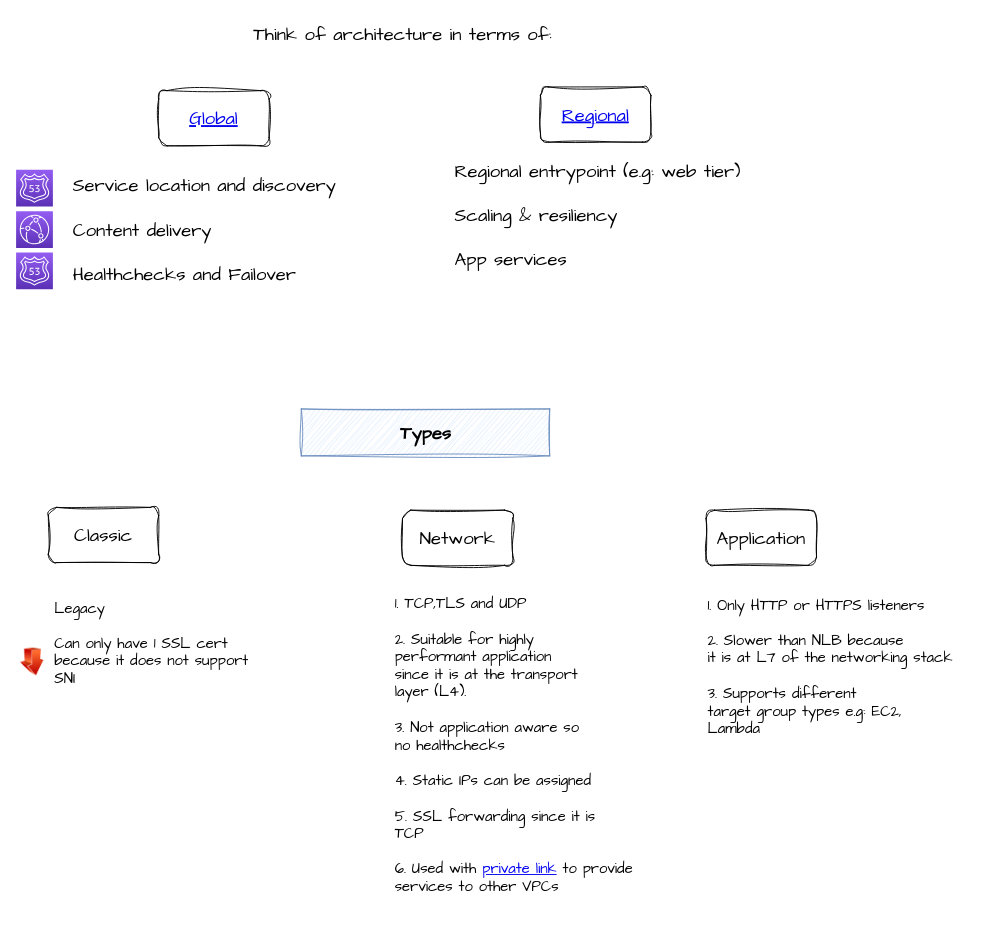
This is page "Concepts" (1 of 4) of docs/ASG/ha-scaling.drawio from iamsecb/aws-illustrated, a draw.io file, before an edit. Source tidied: cells renumbered, new cells numbered last; positions are measured from the earlier drawing's top-left corner, leaving out a move shared by most shapes. Both pictures are drawn from the tidied source at 92%, with x=0, y=0 at pixel (16, 16).
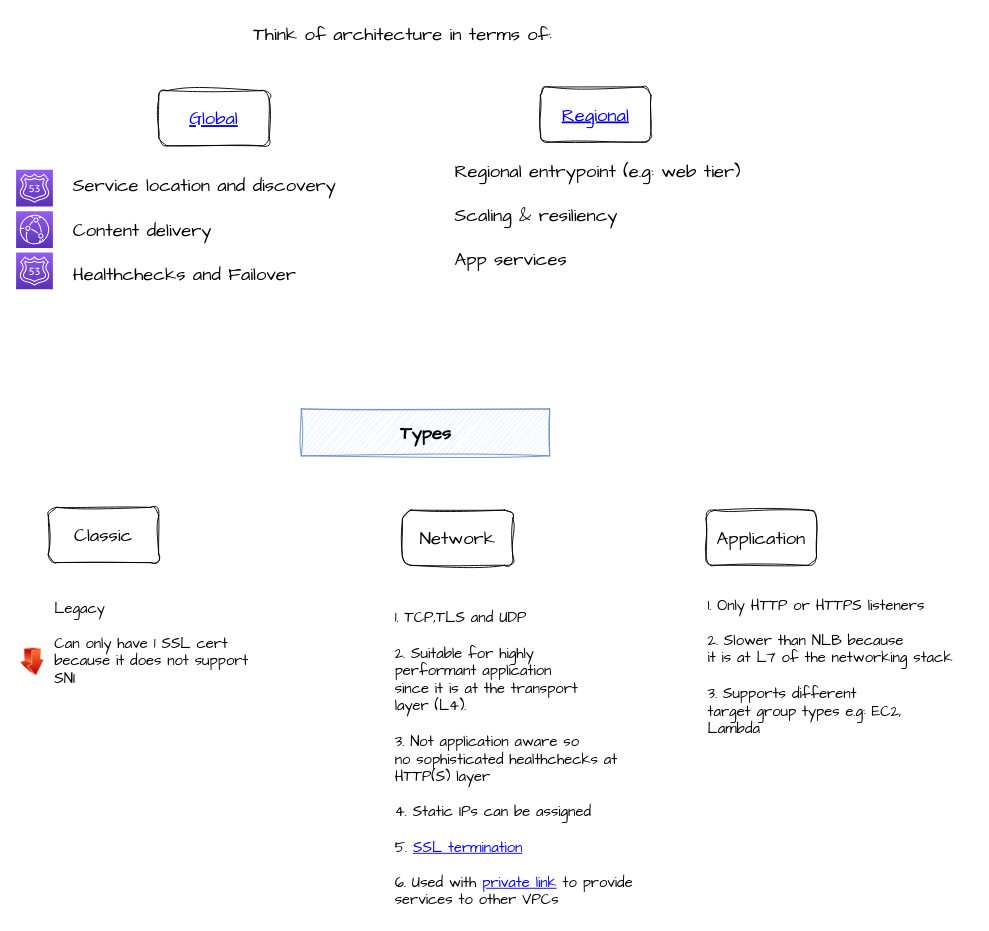
After the change.

Diff of the diagram source:
```diff
@@
 <mxGraphModel>
   <root>
     <mxCell id="0" />
     <mxCell id="1" parent="0" />
     <mxCell id="2" value="&lt;a href=&quot;https://github.com/acantril/aws-sa-associate-saac03/blob/main/1500-HA_and_SCALING/00_LEARNINGAIDS/RegionalandGlobalArchitecture-1.png&quot;&gt;Global&lt;/a&gt;" style="rounded=1;whiteSpace=wrap;html=1;sketch=1;hachureGap=4;jiggle=2;curveFitting=1;fontFamily=Architects Daughter;fontSize=20;" parent="1" vertex="1">
       <mxGeometry x="155" y="81" width="120" height="60" as="geometry" />
     </mxCell>
     <mxCell id="3" value="&lt;a href=&quot;https://github.com/acantril/aws-sa-associate-saac03/blob/main/1500-HA_and_SCALING/00_LEARNINGAIDS/RegionalandGlobalArchitecture-2.png&quot;&gt;Regional&lt;/a&gt;" style="rounded=1;whiteSpace=wrap;html=1;sketch=1;hachureGap=4;jiggle=2;curveFitting=1;fontFamily=Architects Daughter;fontSize=20;" parent="1" vertex="1">
       <mxGeometry x="570" y="77" width="120" height="60" as="geometry" />
     </mxCell>
     <mxCell id="4" value="Think of architecture in terms of:" style="text;html=1;align=center;verticalAlign=middle;strokeColor=none;fillColor=none;fontSize=20;fontFamily=Architects Daughter;" parent="1" vertex="1">
       <mxGeometry x="245" width="350" height="40" as="geometry" />
     </mxCell>
     <mxCell id="5" value="Service location and discovery&lt;br&gt;&lt;br&gt;Content delivery&lt;br&gt;&lt;br&gt;Healthchecks and Failover" style="text;html=1;align=left;verticalAlign=middle;strokeColor=none;fillColor=none;fontSize=20;fontFamily=Architects Daughter;" parent="1" vertex="1">
       <mxGeometry x="60" y="167" width="310" height="130" as="geometry" />
     </mxCell>
     <mxCell id="6" value="Regional entrypoint (e.g: web tier)&lt;br&gt;&lt;br&gt;Scaling &amp;amp; resiliency&lt;br&gt;&lt;br&gt;App services" style="text;html=1;align=left;verticalAlign=middle;strokeColor=none;fillColor=none;fontSize=20;fontFamily=Architects Daughter;" parent="1" vertex="1">
       <mxGeometry x="475" y="151" width="330" height="130" as="geometry" />
     </mxCell>
     <mxCell id="7" style="sketch=0;fontColor=#232F3E;gradientColor=#945DF2;gradientDirection=north;fillColor=#5A30B5;strokeColor=#ffffff;dashed=0;verticalLabelPosition=bottom;verticalAlign=top;align=center;html=1;fontSize=12;fontStyle=0;shape=mxgraph.aws4.resourceIcon;resIcon=mxgraph.aws4.route_53;hachureGap=4;jiggle=2;curveFitting=1;fontFamily=Architects Daughter;" parent="1" vertex="1">
       <mxGeometry y="257" width="40" height="40" as="geometry" />
     </mxCell>
     <mxCell id="8" style="sketch=0;fontColor=#232F3E;gradientColor=#945DF2;gradientDirection=north;fillColor=#5A30B5;strokeColor=#ffffff;dashed=0;verticalLabelPosition=bottom;verticalAlign=top;align=center;html=1;fontSize=12;fontStyle=0;shape=mxgraph.aws4.resourceIcon;resIcon=mxgraph.aws4.route_53;hachureGap=4;jiggle=2;curveFitting=1;fontFamily=Architects Daughter;" parent="1" vertex="1">
       <mxGeometry y="167" width="40" height="40" as="geometry" />
     </mxCell>
     <mxCell id="9" style="sketch=0;fontColor=#232F3E;gradientColor=#945DF2;gradientDirection=north;fillColor=#5A30B5;strokeColor=#ffffff;dashed=0;verticalLabelPosition=bottom;verticalAlign=top;align=center;html=1;fontSize=12;fontStyle=0;shape=mxgraph.aws4.resourceIcon;resIcon=mxgraph.aws4.cloudfront;hachureGap=4;jiggle=2;curveFitting=1;fontFamily=Architects Daughter;" parent="1" vertex="1">
       <mxGeometry y="212" width="40" height="40" as="geometry" />
     </mxCell>
     <mxCell id="10" value="Types" style="text;strokeColor=#6c8ebf;fillColor=#dae8fc;html=1;fontSize=20;fontStyle=1;verticalAlign=middle;align=center;fontFamily=Architects Daughter;sketch=1;curveFitting=1;jiggle=2;" parent="1" vertex="1">
       <mxGeometry x="310" y="427" width="270" height="51" as="geometry" />
     </mxCell>
     <mxCell id="11" value="Classic" style="rounded=1;whiteSpace=wrap;html=1;sketch=1;hachureGap=4;jiggle=2;curveFitting=1;fontFamily=Architects Daughter;fontSize=20;" parent="1" vertex="1">
       <mxGeometry x="35" y="534" width="120" height="60" as="geometry" />
     </mxCell>
     <mxCell id="12" value="Network" style="rounded=1;whiteSpace=wrap;html=1;sketch=1;hachureGap=4;jiggle=2;curveFitting=1;fontFamily=Architects Daughter;fontSize=20;" parent="1" vertex="1">
       <mxGeometry x="420" y="537" width="120" height="60" as="geometry" />
     </mxCell>
     <mxCell id="13" value="Legacy&lt;br style=&quot;font-size: 16px;&quot;&gt;&lt;br style=&quot;font-size: 16px;&quot;&gt;&lt;div style=&quot;font-size: 16px;&quot;&gt;&lt;span style=&quot;background-color: initial; font-size: 16px;&quot;&gt;Can only have 1 SSL cert&lt;/span&gt;&lt;/div&gt;&lt;div style=&quot;font-size: 16px;&quot;&gt;&lt;span style=&quot;background-color: initial; font-size: 16px;&quot;&gt;because it does not support&lt;/span&gt;&lt;/div&gt;&lt;div style=&quot;font-size: 16px;&quot;&gt;&lt;span style=&quot;background-color: initial; font-size: 16px;&quot;&gt;SNI&lt;/span&gt;&lt;/div&gt;" style="text;html=1;align=left;verticalAlign=middle;strokeColor=none;fillColor=none;fontSize=16;fontFamily=Architects Daughter;" parent="1" vertex="1">
       <mxGeometry x="40" y="627" width="230" height="110" as="geometry" />
     </mxCell>
-    <mxCell id="14" value="1. TCP,TLS and UDP&lt;br&gt;&lt;br&gt;2. Suitable for highly&lt;br&gt;performant application&lt;br&gt;since it is at the transport&lt;br&gt;layer (L4).&lt;br&gt;&lt;br&gt;3. Not application aware so&amp;nbsp;&lt;br&gt;no healthchecks&lt;br&gt;&lt;br&gt;4. Static IPs can be assigned&lt;br&gt;&lt;br&gt;5. SSL forwarding since it is&amp;nbsp;&lt;br&gt;TCP&lt;br&gt;&lt;br&gt;6. Used with &lt;a href=&quot;https://docs.aws.amazon.com/vpc/latest/userguide/endpoint-services-overview.html&quot;&gt;private link&lt;/a&gt; to provide&amp;nbsp;&lt;br&gt;services to other VPCs" style="text;html=1;align=left;verticalAlign=middle;strokeColor=none;fillColor=none;fontSize=16;fontFamily=Architects Daughter;" parent="1" vertex="1">
-      <mxGeometry x="410" y="623" width="290" height="340" as="geometry" />
+    <mxCell id="14" value="1. TCP,TLS and UDP&lt;br&gt;&lt;br&gt;2. Suitable for highly&lt;br&gt;performant application&lt;br&gt;since it is at the transport&lt;br&gt;layer (L4).&lt;br&gt;&lt;br&gt;3. Not application aware so&amp;nbsp;&lt;br&gt;no sophisticated healthchecks at&lt;br&gt;HTTP(S) layer&lt;br&gt;&lt;br&gt;4. Static IPs can be assigned&lt;br&gt;&lt;br&gt;5. &lt;a href=&quot;https://aws.amazon.com/blogs/aws/new-tls-termination-for-network-load-balancers/&quot;&gt;SSL termination&lt;/a&gt;&lt;br&gt;&lt;br&gt;6. Used with &lt;a href=&quot;https://docs.aws.amazon.com/vpc/latest/userguide/endpoint-services-overview.html&quot;&gt;private link&lt;/a&gt; to provide&amp;nbsp;&lt;br&gt;services to other VPCs" style="text;html=1;align=left;verticalAlign=middle;strokeColor=none;fillColor=none;fontSize=16;fontFamily=Architects Daughter;" parent="1" vertex="1">
+      <mxGeometry x="410" y="638" width="290" height="340" as="geometry" />
     </mxCell>
     <mxCell id="15" value="Application" style="rounded=1;whiteSpace=wrap;html=1;sketch=1;hachureGap=4;jiggle=2;curveFitting=1;fontFamily=Architects Daughter;fontSize=20;" parent="1" vertex="1">
       <mxGeometry x="750" y="537" width="120" height="60" as="geometry" />
     </mxCell>
     <mxCell id="16" value="1. Only HTTP or HTTPS listeners&lt;br&gt;&lt;br&gt;2. Slower than NLB because&lt;br&gt;it is at L7 of the networking stack&lt;br&gt;&lt;br style=&quot;font-size: 16px;&quot;&gt;3. Supports different&amp;nbsp;&lt;br style=&quot;font-size: 16px;&quot;&gt;target group types e.g: EC2,&lt;br style=&quot;font-size: 16px;&quot;&gt;Lambda" style="text;html=1;align=left;verticalAlign=middle;strokeColor=none;fillColor=none;fontSize=16;fontFamily=Architects Daughter;" parent="1" vertex="1">
       <mxGeometry x="750" y="623" width="290" height="170" as="geometry" />
     </mxCell>
     <mxCell id="17" style="image;html=1;image=img/lib/clip_art/finance/Arrow_Down_128x128.png;sketch=1;hachureGap=4;jiggle=2;curveFitting=1;fontFamily=Architects Daughter;fontSize=20;" parent="1" vertex="1">
       <mxGeometry y="687" width="35" height="30" as="geometry" />
     </mxCell>
   </root>
 </mxGraphModel>
```
